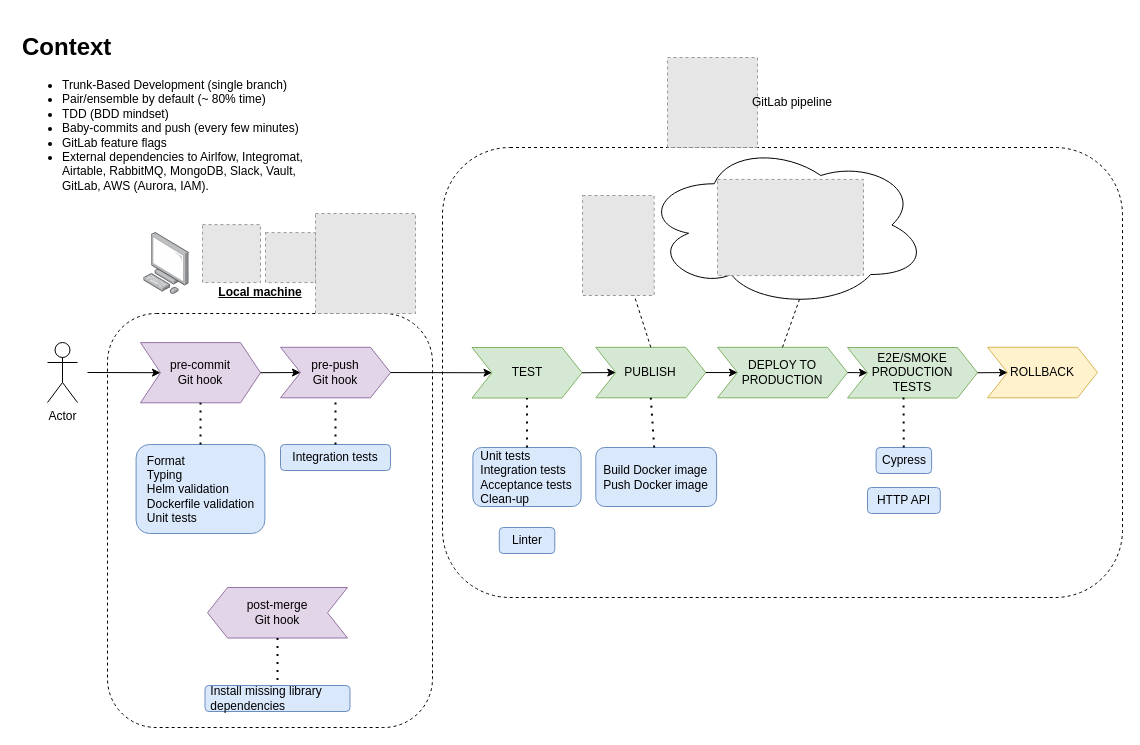
This is page "Clarity AI" (1 of 2) of talk-master-urjc-continuous-deployment/Charla URJC Despliegue Continuo.drawio from islomar/my-notes, a draw.io file, before an edit. Source tidied: cells renumbered, new cells numbered last; positions are measured from the earlier drawing's top-left corner, leaving out a move shared by most shapes. Both pictures are drawn from the tidied source at 100%, with x=0, y=0 at pixel (17, 27). Pictures stored in the file or linked from it are replaced by grey dashed boxes.
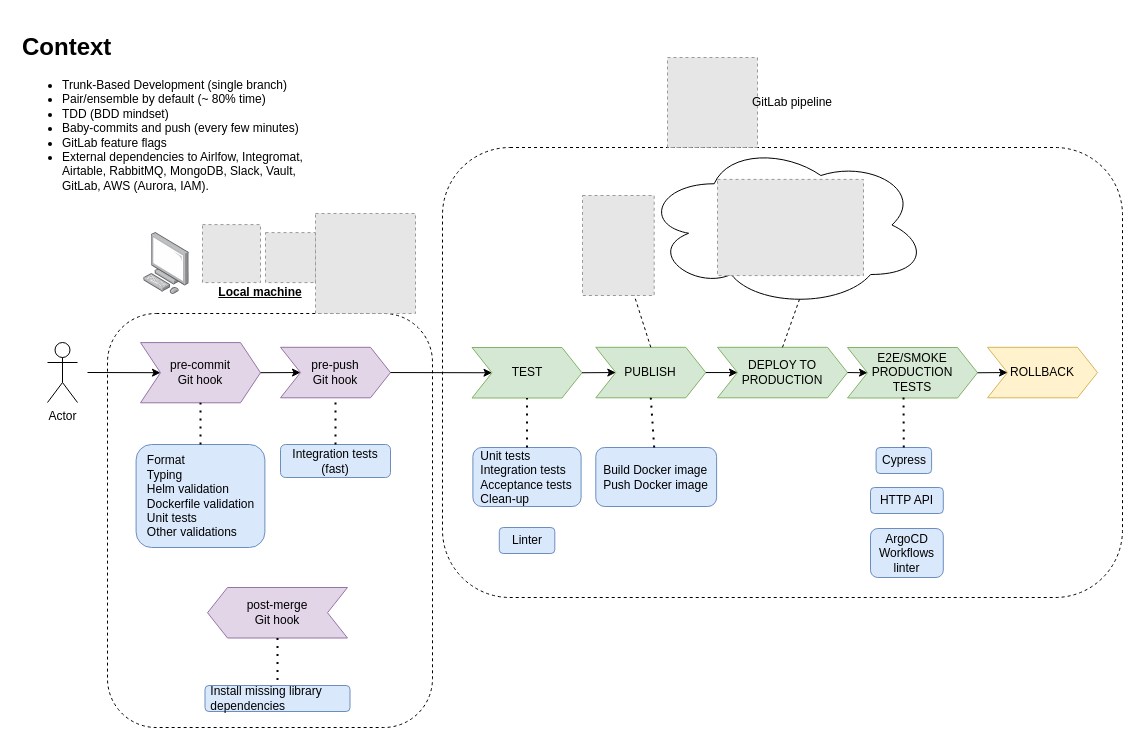
The same diagram, later.

Diff of the diagram source:
```diff
@@
     <mxCell id="23" value="HTTP API" style="rounded=1;whiteSpace=wrap;html=1;fillColor=#dae8fc;strokeColor=#6c8ebf;" parent="1" vertex="1">
-      <mxGeometry x="850" y="460" width="72.8" height="26" as="geometry" />
+      <mxGeometry x="853" y="460" width="72.8" height="26" as="geometry" />
     </mxCell>
@@
-    <mxCell id="29" value="&lt;div style=&quot;text-align: left;&quot;&gt;&lt;span style=&quot;background-color: initial;&quot;&gt;Format&lt;/span&gt;&lt;br&gt;&lt;span style=&quot;background-color: initial;&quot;&gt;Typing&lt;/span&gt;&lt;br&gt;&lt;span style=&quot;background-color: initial;&quot;&gt;Helm validation&lt;/span&gt;&lt;br&gt;&lt;span style=&quot;background-color: initial;&quot;&gt;Dockerfile validation&lt;/span&gt;&lt;br&gt;&lt;span style=&quot;background-color: initial;&quot;&gt;Unit tests&lt;/span&gt;&lt;br&gt;&lt;/div&gt;" style="rounded=1;whiteSpace=wrap;html=1;fillColor=#dae8fc;strokeColor=#6c8ebf;" parent="1" vertex="1">
-      <mxGeometry x="118.6" y="417" width="128.8" height="89" as="geometry" />
+    <mxCell id="29" value="&lt;div style=&quot;text-align: left;&quot;&gt;&lt;span style=&quot;background-color: initial;&quot;&gt;Format&lt;/span&gt;&lt;br&gt;&lt;span style=&quot;background-color: initial;&quot;&gt;Typing&lt;/span&gt;&lt;br&gt;&lt;span style=&quot;background-color: initial;&quot;&gt;Helm validation&lt;/span&gt;&lt;br&gt;&lt;span style=&quot;background-color: initial;&quot;&gt;Dockerfile validation&lt;/span&gt;&lt;br&gt;&lt;span style=&quot;background-color: initial;&quot;&gt;Unit tests&lt;br&gt;&lt;/span&gt;Other validations&lt;/div&gt;" style="rounded=1;whiteSpace=wrap;html=1;fillColor=#dae8fc;strokeColor=#6c8ebf;" parent="1" vertex="1">
+      <mxGeometry x="118.6" y="417" width="128.8" height="103" as="geometry" />
     </mxCell>
-    <mxCell id="30" value="Integration tests" style="rounded=1;whiteSpace=wrap;html=1;fillColor=#dae8fc;strokeColor=#6c8ebf;" parent="1" vertex="1">
-      <mxGeometry x="263" y="417" width="110" height="26" as="geometry" />
+    <mxCell id="30" value="Integration tests (fast)" style="rounded=1;whiteSpace=wrap;html=1;fillColor=#dae8fc;strokeColor=#6c8ebf;" parent="1" vertex="1">
+      <mxGeometry x="263" y="417" width="110" height="33" as="geometry" />
     </mxCell>
@@
+    <mxCell id="47" value="ArgoCD Workflows linter" style="rounded=1;whiteSpace=wrap;html=1;fillColor=#dae8fc;strokeColor=#6c8ebf;" parent="1" vertex="1">
+      <mxGeometry x="853" y="501" width="72.8" height="49" as="geometry" />
+    </mxCell>
```
